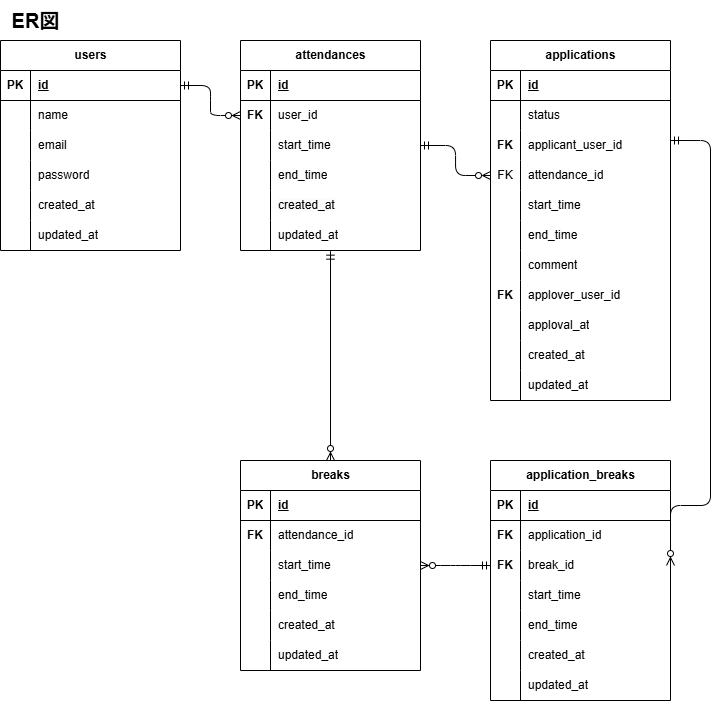
Earlier version of the draw.io export docs/ERD.drawio.png (nayu1011/chronoworks). Source tidied: cells renumbered, new cells last; positions are measured from the earlier drawing's top-left corner, leaving out a move shared by most shapes.
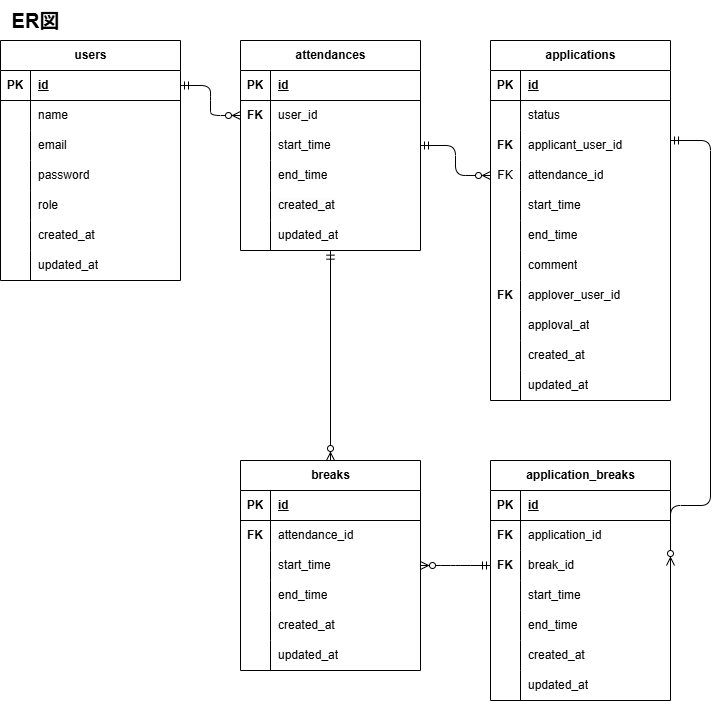
Above is the later version.

What changed in the source:
```diff
@@ -3,7 +3,7 @@
     <mxCell id="0" />
     <mxCell id="1" parent="0" />
     <mxCell id="2" value="users" style="shape=table;startSize=30;rowLines=0;fontStyle=1;align=center;html=1;" parent="1" vertex="1">
-      <mxGeometry y="40" width="180" height="210" as="geometry" />
+      <mxGeometry y="40" width="180" height="240" as="geometry" />
     </mxCell>
     <mxCell id="3" style="shape=tableRow;horizontal=0;startSize=0;swimlaneHead=0;swimlaneBody=0;fillColor=none;points=[[0,0.5],[1,0.5]];portConstraint=eastwest;top=0;left=0;right=0;bottom=1;" parent="2" vertex="1">
       <mxGeometry y="30" width="180" height="30" as="geometry" />
@@ -41,8 +41,17 @@
     <mxCell id="14" value="password" style="shape=partialRectangle;fillColor=none;top=0;left=0;bottom=0;right=0;align=left;spacingLeft=6;overflow=hidden;whiteSpace=wrap;html=1;" parent="12" vertex="1">
       <mxGeometry x="30" width="150" height="30" as="geometry" />
     </mxCell>
+    <mxCell id="121" style="shape=tableRow;horizontal=0;startSize=0;swimlaneHead=0;swimlaneBody=0;fillColor=none;top=0;left=0;right=0;bottom=0;" parent="2" vertex="1">
+      <mxGeometry y="150" width="180" height="30" as="geometry" />
+    </mxCell>
+    <mxCell id="122" style="shape=partialRectangle;fillColor=none;top=0;left=0;bottom=0;right=0;overflow=hidden;whiteSpace=wrap;html=1;" parent="121" vertex="1">
+      <mxGeometry width="30" height="30" as="geometry" />
+    </mxCell>
+    <mxCell id="123" value="role" style="shape=partialRectangle;fillColor=none;top=0;left=0;bottom=0;right=0;align=left;spacingLeft=6;overflow=hidden;whiteSpace=wrap;html=1;" parent="121" vertex="1">
+      <mxGeometry x="30" width="150" height="30" as="geometry" />
+    </mxCell>
     <mxCell id="15" style="shape=tableRow;horizontal=0;startSize=0;swimlaneHead=0;swimlaneBody=0;fillColor=none;top=0;left=0;right=0;bottom=0;" parent="2" vertex="1">
-      <mxGeometry y="150" width="180" height="30" as="geometry" />
+      <mxGeometry y="180" width="180" height="30" as="geometry" />
     </mxCell>
     <mxCell id="16" style="shape=partialRectangle;fillColor=none;top=0;left=0;bottom=0;right=0;overflow=hidden;whiteSpace=wrap;html=1;" parent="15" vertex="1">
       <mxGeometry width="30" height="30" as="geometry" />
@@ -51,7 +60,7 @@
       <mxGeometry x="30" width="150" height="30" as="geometry" />
     </mxCell>
     <mxCell id="18" style="shape=tableRow;horizontal=0;startSize=0;swimlaneHead=0;swimlaneBody=0;fillColor=none;top=0;left=0;right=0;bottom=0;" parent="2" vertex="1">
-      <mxGeometry y="180" width="180" height="30" as="geometry" />
+      <mxGeometry y="210" width="180" height="30" as="geometry" />
     </mxCell>
     <mxCell id="19" style="shape=partialRectangle;fillColor=none;top=0;left=0;bottom=0;right=0;overflow=hidden;whiteSpace=wrap;html=1;" parent="18" vertex="1">
       <mxGeometry width="30" height="30" as="geometry" />
```
